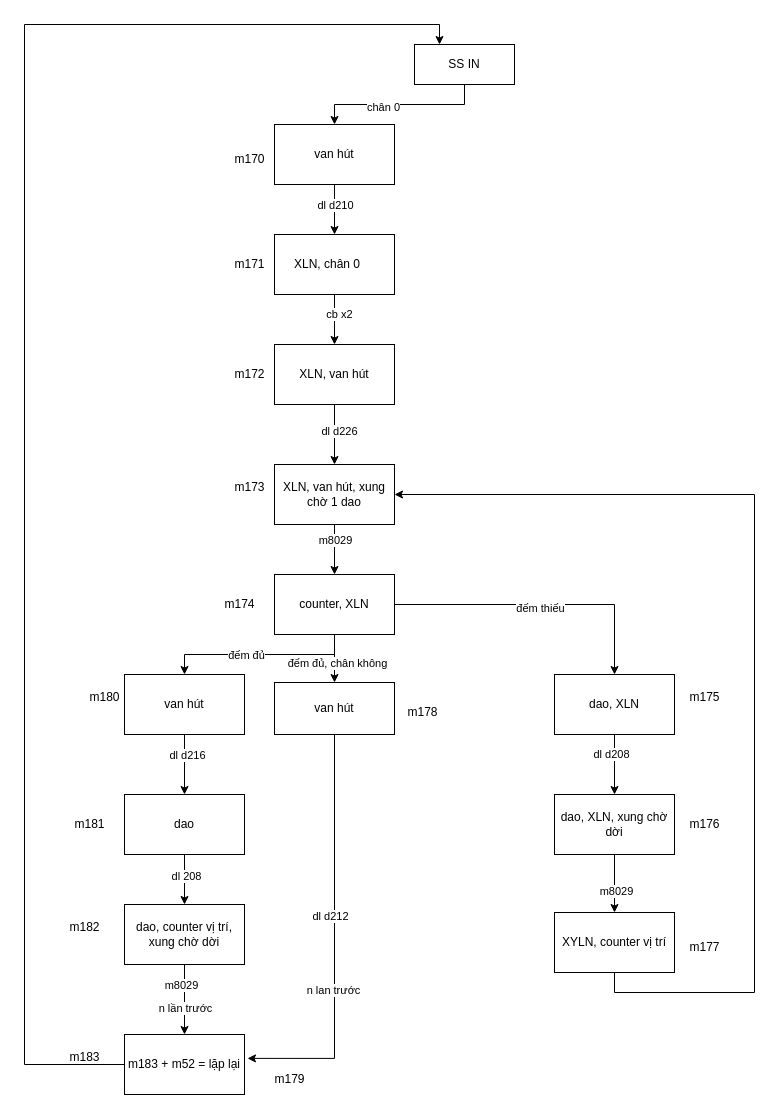
Before: 1 dao.drawio in robowindgit/a0-quyencun, a draw.io diagram. Source tidied: cells renumbered, new cells numbered last; positions are measured from the earlier drawing's top-left corner, leaving out a move shared by most shapes. Both pictures are drawn from the tidied source at 100%, with x=0, y=0 at pixel (24, 24).
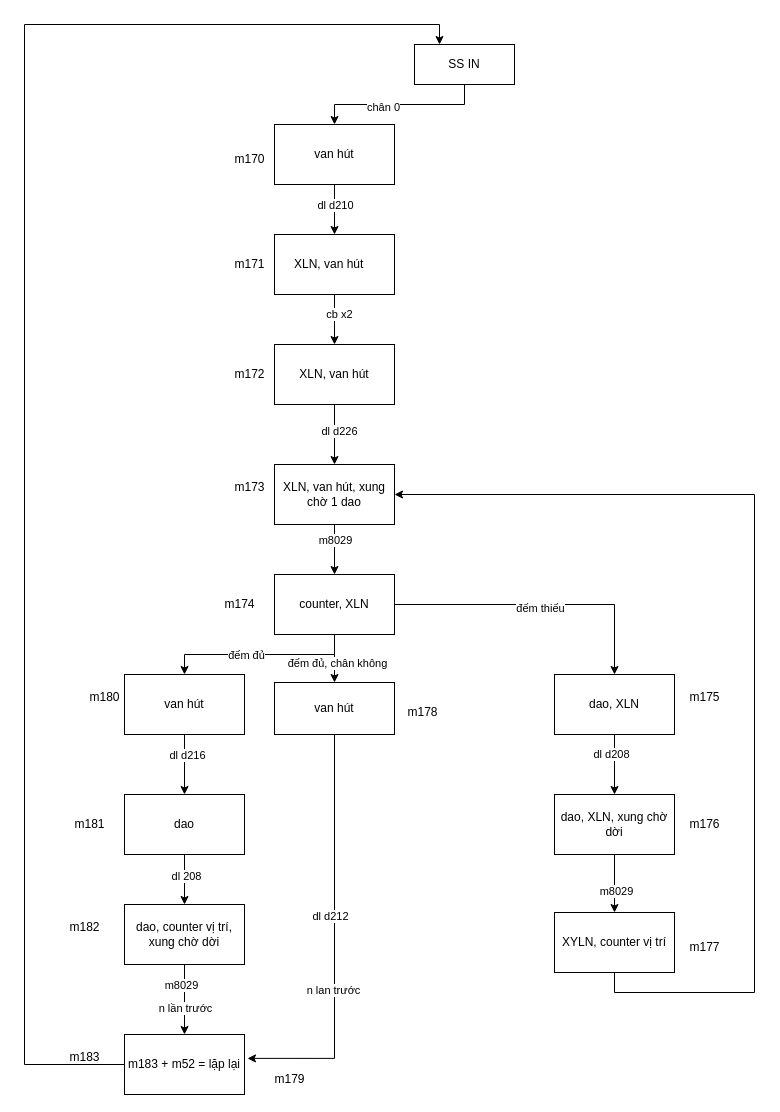
The same diagram, later.

Commit message (it also covers changes not shown here):
Cập nhật 1 dao.drawio

What changed in the source:
```diff
@@
-    <mxCell id="11" value="XLN, chân 0&lt;span style=&quot;white-space: pre;&quot;&gt;&#9;&lt;/span&gt;" style="whiteSpace=wrap;html=1;" parent="1" vertex="1">
+    <mxCell id="11" value="XLN, van hút&lt;span style=&quot;white-space: pre;&quot;&gt;&#9;&lt;/span&gt;" style="whiteSpace=wrap;html=1;" parent="1" vertex="1">
       <mxGeometry x="250" y="210" width="120" height="60" as="geometry" />
     </mxCell>
```
